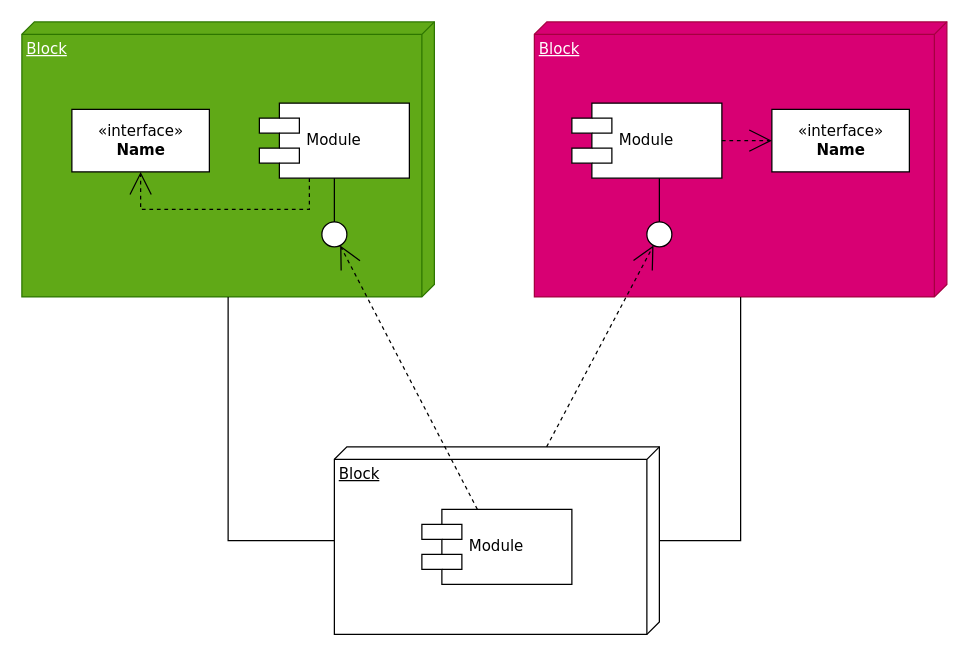
The draw.io diagram microservice-archi.drawio in org-404/.github, before the edit. Source tidied: cells renumbered, new cells numbered last; positions are measured from the earlier drawing's top-left corner, leaving out a move shared by most shapes. Both pictures are drawn from the tidied source at 125%, with x=0, y=0 at pixel (21, 21).
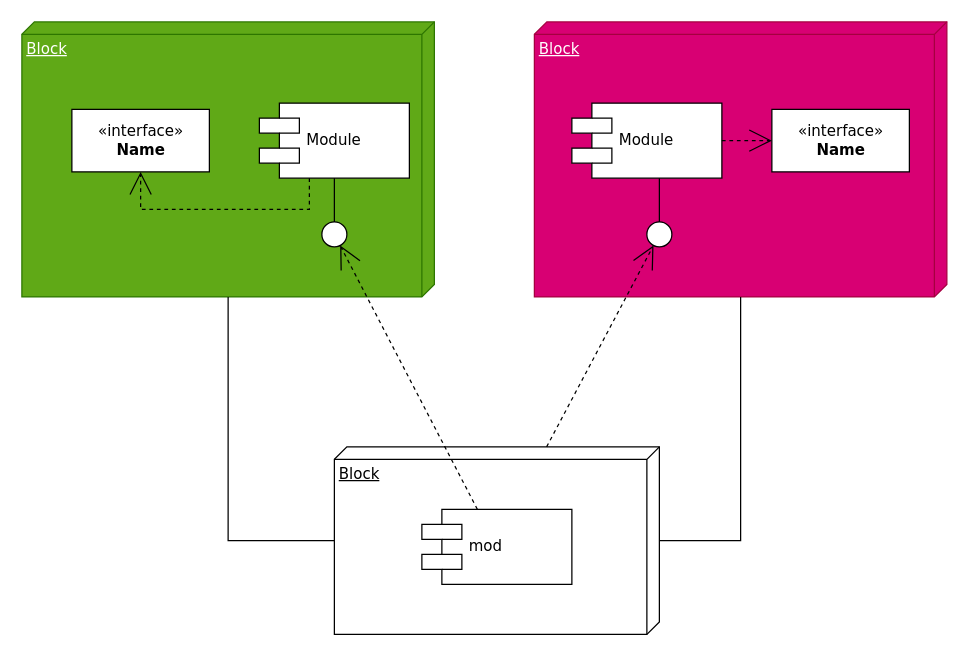
Above is the later version.

Commit message:
Mettre à jour microservice-archi.drawio

Diff of the diagram source:
```diff
@@
-    <mxCell id="11" value="Module" style="shape=component;align=left;spacingLeft=36;rounded=0;shadow=0;comic=0;labelBackgroundColor=none;strokeWidth=1;fontFamily=Verdana;fontSize=12;html=1;" parent="1" vertex="1">
+    <mxCell id="11" value="mod" style="shape=component;align=left;spacingLeft=36;rounded=0;shadow=0;comic=0;labelBackgroundColor=none;strokeWidth=1;fontFamily=Verdana;fontSize=12;html=1;" parent="1" vertex="1">
       <mxGeometry x="320" y="390" width="120" height="60" as="geometry" />
     </mxCell>
```
